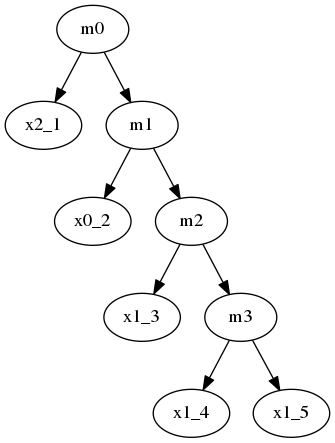
iitramar/guiTool keeps this Graphviz diagram as GuiTool/image/RMA/RMADot.png. Above is the earlier version. Its source is kept beside it as GuiTool/image/RMA/RMADot.dot.
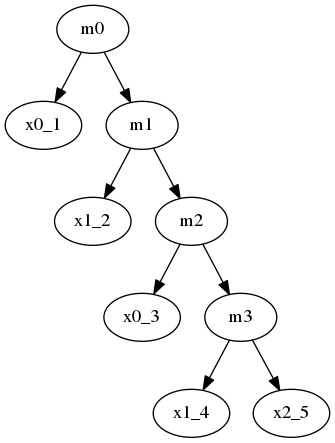
The same file after the commit.

The edit, as a diff of the source:
```diff
@@ -1,10 +1,10 @@
 digraph minmix{
-m0 -> x2_1 ;
+m0 -> x0_1 ;
 m0 -> m1;
-m1 -> x0_2 ;
+m1 -> x1_2 ;
 m1 -> m2;
-m2 -> x1_3 ;
+m2 -> x0_3 ;
 m2 -> m3;
 m3 -> x1_4 ;
-m3 -> x1_5;
+m3 -> x2_5;
 }
```
